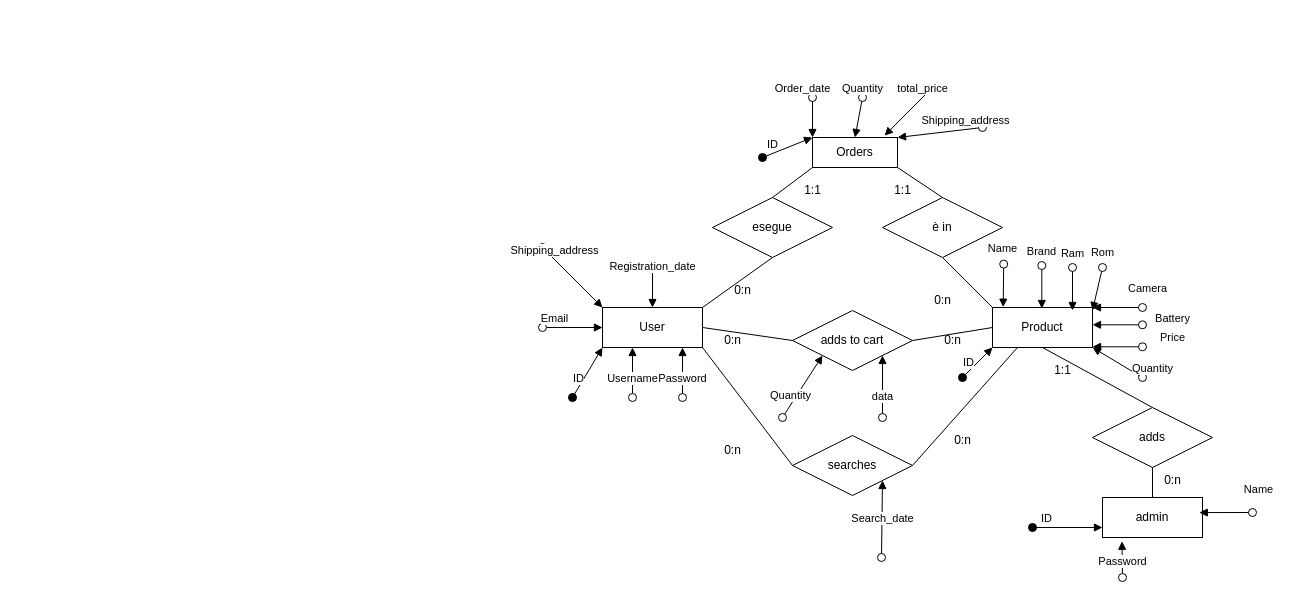
DonaldoHoxha/UpdatedPhoneShop keeps this draw.io diagram as PhoneShop.drawio. Above is the earlier version. Source tidied: cells renumbered, new cells numbered last; positions are measured from the earlier drawing's top-left corner, leaving out a move shared by most shapes. Both pictures are drawn from the tidied source at 100%, with x=0, y=0 at pixel (542, 87).
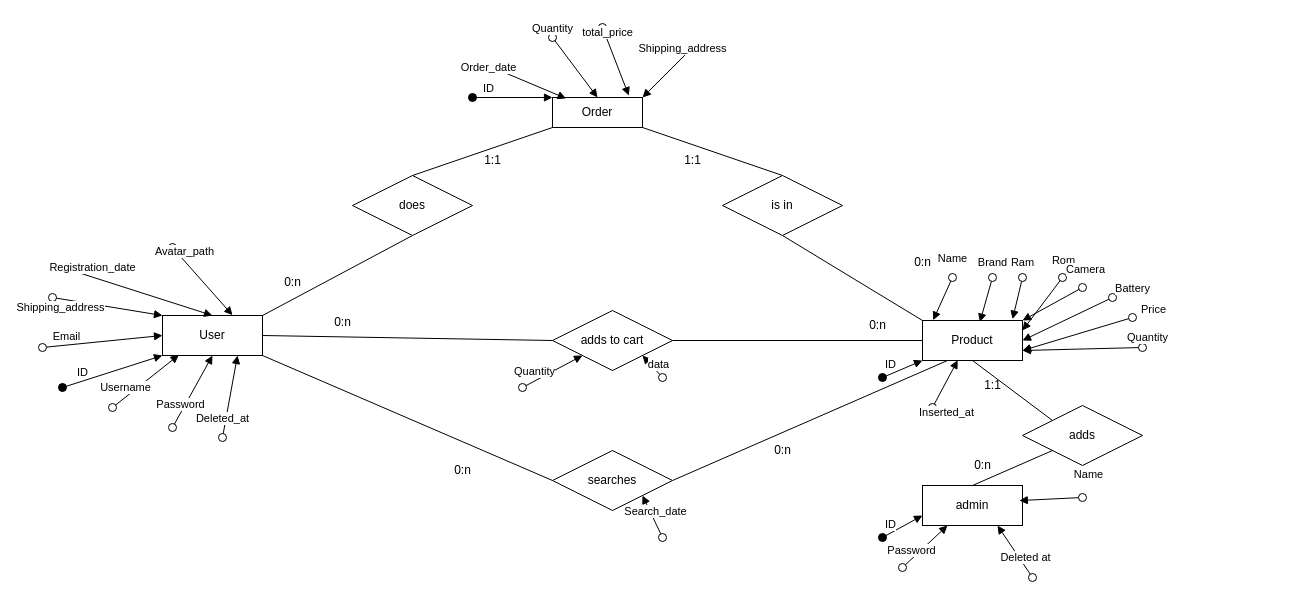
Above is the later version.

Diff of the diagram source:
```diff
@@
     <mxCell id="2" value="User" style="whiteSpace=wrap;html=1;align=center;" parent="1" vertex="1">
-      <mxGeometry x="60" y="220" width="100" height="40" as="geometry" />
+      <mxGeometry x="-380" y="228" width="100" height="40" as="geometry" />
     </mxCell>
     <mxCell id="3" value="Product" style="whiteSpace=wrap;html=1;align=center;" parent="1" vertex="1">
-      <mxGeometry x="450" y="220" width="100" height="40" as="geometry" />
+      <mxGeometry x="380" y="233" width="100" height="40" as="geometry" />
     </mxCell>
     <mxCell id="4" value="adds to cart" style="shape=rhombus;perimeter=rhombusPerimeter;whiteSpace=wrap;html=1;align=center;" parent="1" vertex="1">
-      <mxGeometry x="250" y="223" width="120" height="60" as="geometry" />
+      <mxGeometry x="10" y="223" width="120" height="60" as="geometry" />
     </mxCell>
     <mxCell id="5" value="0:n" style="text;html=1;align=center;verticalAlign=middle;strokeColor=none;fillColor=none;" parent="1" vertex="1">
-      <mxGeometry x="170" y="238" width="40" height="30" as="geometry" />
+      <mxGeometry x="-100" y="368" width="40" height="30" as="geometry" />
     </mxCell>
@@
     <mxCell id="7" value="0:n" style="text;html=1;align=center;verticalAlign=middle;strokeColor=none;fillColor=none;" parent="1" vertex="1">
-      <mxGeometry x="390" y="238" width="40" height="30" as="geometry" />
+      <mxGeometry x="315" y="223" width="40" height="30" as="geometry" />
     </mxCell>
     <mxCell id="8" value="admin" style="whiteSpace=wrap;html=1;align=center;" parent="1" vertex="1">
-      <mxGeometry x="560" y="410" width="100" height="40" as="geometry" />
+      <mxGeometry x="380" y="398" width="100" height="40" as="geometry" />
     </mxCell>
     <mxCell id="9" value="adds" style="shape=rhombus;perimeter=rhombusPerimeter;whiteSpace=wrap;html=1;align=center;" parent="1" vertex="1">
-      <mxGeometry x="550" y="320" width="120" height="60" as="geometry" />
+      <mxGeometry x="480" y="318" width="120" height="60" as="geometry" />
     </mxCell>
-    <mxCell id="10" style="endArrow=none;html=1;rounded=0;exitX=0.5;exitY=1;exitDx=0;exitDy=0;entryX=0.5;entryY=0;entryDx=0;entryDy=0;" parent="1" edge="1" source="9" target="8">
+    <mxCell id="10" style="endArrow=none;html=1;rounded=0;exitX=0;exitY=1;exitDx=0;exitDy=0;entryX=0.5;entryY=0;entryDx=0;entryDy=0;" parent="1" edge="1" source="9" target="8">
       <mxGeometry relative="1" as="geometry" />
     </mxCell>
     <mxCell id="11" value="0:n" style="text;html=1;align=center;verticalAlign=middle;strokeColor=none;fillColor=none;" parent="1" vertex="1">
-      <mxGeometry x="610" y="378" width="40" height="30" as="geometry" />
+      <mxGeometry x="420" y="363" width="40" height="30" as="geometry" />
     </mxCell>
-    <mxCell id="12" style="endArrow=none;html=1;rounded=0;entryX=0.5;entryY=1;entryDx=0;entryDy=0;exitX=0.5;exitY=0;exitDx=0;exitDy=0;" parent="1" edge="1" source="9" target="3">
+    <mxCell id="12" style="endArrow=none;html=1;rounded=0;entryX=0.5;entryY=1;entryDx=0;entryDy=0;exitX=0;exitY=0;exitDx=0;exitDy=0;" parent="1" edge="1" source="9" target="3">
       <mxGeometry relative="1" as="geometry" />
     </mxCell>
     <mxCell id="13" value="1:1" style="text;html=1;align=center;verticalAlign=middle;strokeColor=none;fillColor=none;" parent="1" vertex="1">
-      <mxGeometry x="500" y="268" width="40" height="30" as="geometry" />
+      <mxGeometry x="430" y="283" width="40" height="30" as="geometry" />
     </mxCell>
@@
     <mxCell id="15" value="ID" style="html=1;verticalAlign=bottom;startArrow=oval;startFill=1;endArrow=block;startSize=8;curved=0;rounded=0;entryX=0;entryY=1;entryDx=0;entryDy=0;" parent="1" edge="1" target="2">
       <mxGeometry x="-0.6" relative="1" as="geometry">
-        <mxPoint x="30" y="310" as="sourcePoint" />
+        <mxPoint x="-480" y="300" as="sourcePoint" />
       </mxGeometry>
     </mxCell>
-    <mxCell id="16" value="Username" style="html=1;verticalAlign=bottom;startArrow=oval;startFill=0;endArrow=block;startSize=8;curved=0;rounded=0;entryX=0;entryY=1;entryDx=0;entryDy=0;" parent="1" edge="1">
+    <mxCell id="16" value="Username" style="html=1;verticalAlign=bottom;startArrow=oval;startFill=0;endArrow=block;startSize=8;curved=0;rounded=0;entryX=0.164;entryY=0.985;entryDx=0;entryDy=0;entryPerimeter=0;" parent="1" edge="1" target="2">
       <mxGeometry x="-0.6" relative="1" as="geometry">
-        <mxPoint x="90" y="310" as="sourcePoint" />
-        <mxPoint x="90" y="260" as="targetPoint" />
+        <mxPoint x="-430" y="320" as="sourcePoint" />
       </mxGeometry>
     </mxCell>
-    <mxCell id="17" value="Password" style="html=1;verticalAlign=bottom;startArrow=oval;startFill=0;endArrow=block;startSize=8;curved=0;rounded=0;entryX=0;entryY=1;entryDx=0;entryDy=0;" parent="1" edge="1">
+    <mxCell id="17" value="Password" style="html=1;verticalAlign=bottom;startArrow=oval;startFill=0;endArrow=block;startSize=8;curved=0;rounded=0;entryX=0.5;entryY=1;entryDx=0;entryDy=0;" parent="1" edge="1" target="2">
       <mxGeometry x="-0.6" relative="1" as="geometry">
-        <mxPoint x="140" y="310" as="sourcePoint" />
-        <mxPoint x="140" y="260" as="targetPoint" />
+        <mxPoint x="-370" y="340" as="sourcePoint" />
       </mxGeometry>
     </mxCell>
     <mxCell id="18" value="Email" style="html=1;verticalAlign=bottom;startArrow=oval;startFill=0;endArrow=block;startSize=8;curved=0;rounded=0;entryX=0;entryY=0.5;entryDx=0;entryDy=0;" parent="1" edge="1" target="2">
       <mxGeometry x="-0.6" relative="1" as="geometry">
-        <mxPoint y="240" as="sourcePoint" />
+        <mxPoint x="-500" y="260" as="sourcePoint" />
       </mxGeometry>
     </mxCell>
     <mxCell id="19" value="Shipping_address" style="html=1;verticalAlign=bottom;startArrow=oval;startFill=0;endArrow=block;startSize=8;curved=0;rounded=0;entryX=0;entryY=0;entryDx=0;entryDy=0;" parent="1" edge="1" target="2">
-      <mxGeometry x="-0.6" relative="1" as="geometry">
-        <mxPoint y="160" as="sourcePoint" />
+      <mxGeometry x="-0.8" y="-17" relative="1" as="geometry">
+        <mxPoint x="-490" y="210" as="sourcePoint" />
       </mxGeometry>
     </mxCell>
     <mxCell id="20" value="Registration_date" style="html=1;verticalAlign=bottom;startArrow=oval;startFill=0;endArrow=block;startSize=8;curved=0;rounded=0;entryX=0.5;entryY=0;entryDx=0;entryDy=0;" parent="1" edge="1" target="2">
       <mxGeometry x="-0.6" relative="1" as="geometry">
-        <mxPoint x="110" y="180" as="sourcePoint" />
+        <mxPoint x="-480" y="180" as="sourcePoint" />
       </mxGeometry>
     </mxCell>
     <mxCell id="21" value="Quantity" style="html=1;verticalAlign=bottom;startArrow=oval;startFill=0;endArrow=block;startSize=8;curved=0;rounded=0;entryX=0;entryY=1;entryDx=0;entryDy=0;" parent="1" edge="1" target="4">
       <mxGeometry x="-0.6" relative="1" as="geometry">
-        <mxPoint x="240" y="330" as="sourcePoint" />
+        <mxPoint x="-20" y="300" as="sourcePoint" />
       </mxGeometry>
     </mxCell>
-    <mxCell id="22" value="Name" style="html=1;verticalAlign=bottom;startArrow=oval;startFill=0;endArrow=block;startSize=8;curved=0;rounded=0;entryX=0.107;entryY=-0.008;entryDx=0;entryDy=0;entryPerimeter=0;exitX=1.031;exitY=-0.045;exitDx=0;exitDy=0;exitPerimeter=0;" parent="1" edge="1" target="3">
+    <mxCell id="22" value="Name" style="html=1;verticalAlign=bottom;startArrow=oval;startFill=0;endArrow=block;startSize=8;curved=0;rounded=0;entryX=0.107;entryY=-0.008;entryDx=0;entryDy=0;entryPerimeter=0;" parent="1" edge="1" target="3">
       <mxGeometry x="-1" y="-7" relative="1" as="geometry">
-        <mxPoint x="461.2" y="176.6" as="sourcePoint" />
+        <mxPoint x="410" y="190" as="sourcePoint" />
         <mxPoint x="6" y="-7" as="offset" />
       </mxGeometry>
     </mxCell>
-    <mxCell id="23" value="Brand" style="html=1;verticalAlign=bottom;startArrow=oval;startFill=0;endArrow=block;startSize=8;curved=0;rounded=0;entryX=0.107;entryY=-0.008;entryDx=0;entryDy=0;entryPerimeter=0;exitX=1.031;exitY=-0.045;exitDx=0;exitDy=0;exitPerimeter=0;" parent="1" edge="1">
+    <mxCell id="23" value="Brand" style="html=1;verticalAlign=bottom;startArrow=oval;startFill=0;endArrow=block;startSize=8;curved=0;rounded=0;entryX=0.574;entryY=0.039;entryDx=0;entryDy=0;entryPerimeter=0;" parent="1" edge="1" target="3">
       <mxGeometry x="-1" y="-5" relative="1" as="geometry">
-        <mxPoint x="499.3" y="178" as="sourcePoint" />
-        <mxPoint x="499.3" y="221" as="targetPoint" />
+        <mxPoint x="450" y="190" as="sourcePoint" />
         <mxPoint x="5" y="-5" as="offset" />
       </mxGeometry>
     </mxCell>
-    <mxCell id="24" value="Ram" style="html=1;verticalAlign=bottom;startArrow=oval;startFill=0;endArrow=block;startSize=8;curved=0;rounded=0;entryX=0.107;entryY=-0.008;entryDx=0;entryDy=0;entryPerimeter=0;exitX=1.031;exitY=-0.045;exitDx=0;exitDy=0;exitPerimeter=0;" parent="1" edge="1">
+    <mxCell id="24" value="Ram" style="html=1;verticalAlign=bottom;startArrow=oval;startFill=0;endArrow=block;startSize=8;curved=0;rounded=0;entryX=0.901;entryY=-0.034;entryDx=0;entryDy=0;entryPerimeter=0;" parent="1" edge="1" target="3">
       <mxGeometry x="-1" y="-5" relative="1" as="geometry">
-        <mxPoint x="530" y="180" as="sourcePoint" />
-        <mxPoint x="530" y="223" as="targetPoint" />
+        <mxPoint x="480" y="190" as="sourcePoint" />
         <mxPoint x="5" y="-5" as="offset" />
       </mxGeometry>
     </mxCell>
-    <mxCell id="25" value="Rom" style="html=1;verticalAlign=bottom;startArrow=oval;startFill=0;endArrow=block;startSize=8;curved=0;rounded=0;entryX=0.107;entryY=-0.008;entryDx=0;entryDy=0;entryPerimeter=0;" parent="1" edge="1">
+    <mxCell id="25" value="Rom" style="html=1;verticalAlign=bottom;startArrow=oval;startFill=0;endArrow=block;startSize=8;curved=0;rounded=0;entryX=1;entryY=0.25;entryDx=0;entryDy=0;" parent="1" edge="1" target="3">
       <mxGeometry x="-1" y="-5" relative="1" as="geometry">
-        <mxPoint x="560" y="180" as="sourcePoint" />
-        <mxPoint x="550" y="223" as="targetPoint" />
+        <mxPoint x="520" y="190" as="sourcePoint" />
         <mxPoint x="5" y="-5" as="offset" />
       </mxGeometry>
     </mxCell>
     <mxCell id="26" value="Camera" style="html=1;verticalAlign=bottom;startArrow=oval;startFill=0;endArrow=block;startSize=8;curved=0;rounded=0;entryX=1;entryY=0;entryDx=0;entryDy=0;" parent="1" edge="1" target="3">
       <mxGeometry x="-1" y="-5" relative="1" as="geometry">
-        <mxPoint x="600" y="220" as="sourcePoint" />
+        <mxPoint x="540" y="200" as="sourcePoint" />
         <mxPoint x="5" y="-5" as="offset" />
       </mxGeometry>
     </mxCell>
-    <mxCell id="27" value="Battery" style="html=1;verticalAlign=bottom;startArrow=oval;startFill=0;endArrow=block;startSize=8;curved=0;rounded=0;entryX=1;entryY=0;entryDx=0;entryDy=0;" parent="1" edge="1">
-      <mxGeometry x="-1" y="30" relative="1" as="geometry">
-        <mxPoint x="600" y="237.3" as="sourcePoint" />
-        <mxPoint x="550" y="237.3" as="targetPoint" />
-        <mxPoint x="30" y="-27" as="offset" />
+    <mxCell id="27" value="Battery" style="html=1;verticalAlign=bottom;startArrow=oval;startFill=0;endArrow=block;startSize=8;curved=0;rounded=0;entryX=1;entryY=0.5;entryDx=0;entryDy=0;" parent="1" edge="1" target="3">
+      <mxGeometry x="-1" y="20" relative="1" as="geometry">
+        <mxPoint x="570" y="210" as="sourcePoint" />
+        <mxPoint x="11" y="-18" as="offset" />
       </mxGeometry>
     </mxCell>
-    <mxCell id="28" value="Price" style="html=1;verticalAlign=bottom;startArrow=oval;startFill=0;endArrow=block;startSize=8;curved=0;rounded=0;entryX=1;entryY=0;entryDx=0;entryDy=0;" parent="1" edge="1">
+    <mxCell id="28" value="Price" style="html=1;verticalAlign=bottom;startArrow=oval;startFill=0;endArrow=block;startSize=8;curved=0;rounded=0;entryX=1;entryY=0.75;entryDx=0;entryDy=0;" parent="1" edge="1" target="3">
       <mxGeometry x="-1" y="-30" relative="1" as="geometry">
-        <mxPoint x="600" y="259.3" as="sourcePoint" />
-        <mxPoint x="550" y="259.3" as="targetPoint" />
+        <mxPoint x="590" y="230" as="sourcePoint" />
         <mxPoint x="30" y="30" as="offset" />
       </mxGeometry>
     </mxCell>
-    <mxCell id="29" value="Quantity" style="html=1;verticalAlign=bottom;startArrow=oval;startFill=0;endArrow=block;startSize=8;curved=0;rounded=0;" parent="1" edge="1">
+    <mxCell id="29" value="Quantity" style="html=1;verticalAlign=bottom;startArrow=oval;startFill=0;endArrow=block;startSize=8;curved=0;rounded=0;entryX=1;entryY=0.75;entryDx=0;entryDy=0;" parent="1" edge="1" target="3">
       <mxGeometry x="-1" y="-10" relative="1" as="geometry">
-        <mxPoint x="600" y="290" as="sourcePoint" />
-        <mxPoint x="550" y="260" as="targetPoint" />
+        <mxPoint x="600" y="260" as="sourcePoint" />
         <mxPoint x="5" y="9" as="offset" />
       </mxGeometry>
     </mxCell>
     <mxCell id="30" value="ID" style="html=1;verticalAlign=bottom;startArrow=oval;startFill=1;endArrow=block;startSize=8;curved=0;rounded=0;entryX=0;entryY=1;entryDx=0;entryDy=0;" parent="1" edge="1" target="3">
       <mxGeometry x="-0.6" relative="1" as="geometry">
-        <mxPoint x="420" y="290" as="sourcePoint" />
+        <mxPoint x="340" y="290" as="sourcePoint" />
       </mxGeometry>
     </mxCell>
     <mxCell id="31" value="ID" style="html=1;verticalAlign=bottom;startArrow=oval;startFill=1;endArrow=block;startSize=8;curved=0;rounded=0;entryX=0;entryY=0.75;entryDx=0;entryDy=0;" parent="1" edge="1" target="8">
       <mxGeometry x="-0.6" relative="1" as="geometry">
-        <mxPoint x="490" y="440" as="sourcePoint" />
+        <mxPoint x="340" y="450" as="sourcePoint" />
       </mxGeometry>
     </mxCell>
     <mxCell id="32" value="Name" style="html=1;verticalAlign=bottom;startArrow=oval;startFill=0;endArrow=block;startSize=8;curved=0;rounded=0;entryX=0.968;entryY=0.377;entryDx=0;entryDy=0;entryPerimeter=0;" parent="1" edge="1" target="8">
       <mxGeometry x="-1" y="-7" relative="1" as="geometry">
-        <mxPoint x="710" y="425" as="sourcePoint" />
+        <mxPoint x="540" y="410" as="sourcePoint" />
         <mxPoint x="6" y="-7" as="offset" />
       </mxGeometry>
     </mxCell>
-    <mxCell id="33" value="Password" style="html=1;verticalAlign=bottom;startArrow=oval;startFill=0;endArrow=block;startSize=8;curved=0;rounded=0;entryX=0.195;entryY=1.094;entryDx=0;entryDy=0;entryPerimeter=0;" parent="1" edge="1" target="8">
+    <mxCell id="33" value="Password" style="html=1;verticalAlign=bottom;startArrow=oval;startFill=0;endArrow=block;startSize=8;curved=0;rounded=0;entryX=0.25;entryY=1;entryDx=0;entryDy=0;" parent="1" edge="1" target="8">
       <mxGeometry x="-0.6" relative="1" as="geometry">
-        <mxPoint x="580" y="490" as="sourcePoint" />
+        <mxPoint x="360" y="480" as="sourcePoint" />
       </mxGeometry>
     </mxCell>
-    <mxCell id="34" value="Orders" style="html=1;whiteSpace=wrap;" parent="1" vertex="1">
-      <mxGeometry x="270" y="50" width="85" height="30" as="geometry" />
+    <mxCell id="34" value="Order" style="html=1;whiteSpace=wrap;" parent="1" vertex="1">
+      <mxGeometry x="10" y="10" width="90" height="30" as="geometry" />
     </mxCell>
-    <mxCell id="35" value="esegue" style="shape=rhombus;perimeter=rhombusPerimeter;whiteSpace=wrap;html=1;align=center;" parent="1" vertex="1">
-      <mxGeometry x="170" y="110" width="120" height="60" as="geometry" />
+    <mxCell id="35" value="does" style="shape=rhombus;perimeter=rhombusPerimeter;whiteSpace=wrap;html=1;align=center;" parent="1" vertex="1">
+      <mxGeometry x="-190" y="88" width="120" height="60" as="geometry" />
     </mxCell>
@@
-    <mxCell id="37" style="endArrow=none;html=1;rounded=0;entryX=0;entryY=0;entryDx=0;entryDy=0;" parent="1" edge="1" target="3">
-      <mxGeometry relative="1" as="geometry">
-        <mxPoint x="400" y="170" as="sourcePoint" />
-      </mxGeometry>
+    <mxCell id="37" style="endArrow=none;html=1;rounded=0;entryX=0;entryY=0;entryDx=0;entryDy=0;exitX=0.5;exitY=1;exitDx=0;exitDy=0;" parent="1" edge="1" source="38" target="3">
+      <mxGeometry relative="1" as="geometry" />
     </mxCell>
-    <mxCell id="38" value="è in" style="shape=rhombus;perimeter=rhombusPerimeter;whiteSpace=wrap;html=1;align=center;" parent="1" vertex="1">
-      <mxGeometry x="340" y="110" width="120" height="60" as="geometry" />
+    <mxCell id="38" value="is in" style="shape=rhombus;perimeter=rhombusPerimeter;whiteSpace=wrap;html=1;align=center;" parent="1" vertex="1">
+      <mxGeometry x="180" y="88" width="120" height="60" as="geometry" />
     </mxCell>
@@
     <mxCell id="41" value="0:n" style="text;html=1;align=center;verticalAlign=middle;strokeColor=none;fillColor=none;" parent="1" vertex="1">
-      <mxGeometry x="180" y="188" width="40" height="30" as="geometry" />
+      <mxGeometry x="-270" y="180" width="40" height="30" as="geometry" />
     </mxCell>
     <mxCell id="42" value="1:1" style="text;html=1;align=center;verticalAlign=middle;strokeColor=none;fillColor=none;" parent="1" vertex="1">
-      <mxGeometry x="250" y="88" width="40" height="30" as="geometry" />
+      <mxGeometry x="-70" y="58" width="40" height="30" as="geometry" />
     </mxCell>
     <mxCell id="43" value="0:n" style="text;html=1;align=center;verticalAlign=middle;strokeColor=none;fillColor=none;" parent="1" vertex="1">
-      <mxGeometry x="380" y="198" width="40" height="30" as="geometry" />
+      <mxGeometry x="360" y="160" width="40" height="30" as="geometry" />
     </mxCell>
     <mxCell id="44" value="1:1" style="text;html=1;align=center;verticalAlign=middle;strokeColor=none;fillColor=none;" parent="1" vertex="1">
-      <mxGeometry x="340" y="88" width="40" height="30" as="geometry" />
+      <mxGeometry x="130" y="58" width="40" height="30" as="geometry" />
     </mxCell>
     <mxCell id="45" value="ID" style="html=1;verticalAlign=bottom;startArrow=oval;startFill=1;endArrow=block;startSize=8;curved=0;rounded=0;entryX=0;entryY=0;entryDx=0;entryDy=0;" parent="1" edge="1" target="34">
       <mxGeometry x="-0.6" relative="1" as="geometry">
-        <mxPoint x="220" y="70" as="sourcePoint" />
+        <mxPoint x="-70" y="10" as="sourcePoint" />
       </mxGeometry>
     </mxCell>
-    <mxCell id="46" value="Order_date" style="html=1;verticalAlign=bottom;startArrow=oval;startFill=0;endArrow=block;startSize=8;curved=0;rounded=0;entryX=0.5;entryY=0;entryDx=0;entryDy=0;" parent="1" edge="1">
+    <mxCell id="46" value="Order_date" style="html=1;verticalAlign=bottom;startArrow=oval;startFill=0;endArrow=block;startSize=8;curved=0;rounded=0;entryX=0.151;entryY=0.033;entryDx=0;entryDy=0;entryPerimeter=0;" parent="1" edge="1" target="34">
       <mxGeometry x="-1" y="-10" relative="1" as="geometry">
-        <mxPoint x="270" y="10" as="sourcePoint" />
-        <mxPoint x="270" y="50" as="targetPoint" />
+        <mxPoint x="-50" y="-20" as="sourcePoint" />
       </mxGeometry>
     </mxCell>
     <mxCell id="47" value="Quantity" style="html=1;verticalAlign=bottom;startArrow=oval;startFill=0;endArrow=block;startSize=8;curved=0;rounded=0;entryX=0.5;entryY=0;entryDx=0;entryDy=0;" parent="1" edge="1" target="34">
       <mxGeometry x="-1" relative="1" as="geometry">
-        <mxPoint x="320" y="10" as="sourcePoint" />
+        <mxPoint x="10" y="-50" as="sourcePoint" />
       </mxGeometry>
     </mxCell>
     <mxCell id="48" value="total_price" style="html=1;verticalAlign=bottom;startArrow=oval;startFill=0;endArrow=block;startSize=8;curved=0;rounded=0;entryX=0.848;entryY=-0.063;entryDx=0;entryDy=0;entryPerimeter=0;" parent="1" edge="1" target="34">
       <mxGeometry x="-0.6" relative="1" as="geometry">
-        <mxPoint x="390" as="sourcePoint" />
+        <mxPoint x="60" y="-60" as="sourcePoint" />
       </mxGeometry>
     </mxCell>
     <mxCell id="49" value="Shipping_address" style="html=1;verticalAlign=bottom;startArrow=oval;startFill=0;endArrow=block;startSize=8;curved=0;rounded=0;entryX=1;entryY=0;entryDx=0;entryDy=0;" parent="1" edge="1" target="34">
       <mxGeometry x="-0.6" relative="1" as="geometry">
-        <mxPoint x="440" y="40" as="sourcePoint" />
+        <mxPoint x="150" y="-40" as="sourcePoint" />
       </mxGeometry>
     </mxCell>
     <mxCell id="50" value="searches" style="shape=rhombus;perimeter=rhombusPerimeter;whiteSpace=wrap;html=1;align=center;" parent="1" vertex="1">
-      <mxGeometry x="250" y="348" width="120" height="60" as="geometry" />
+      <mxGeometry x="10" y="363" width="120" height="60" as="geometry" />
     </mxCell>
@@
     <mxCell id="53" value="0:n" style="text;html=1;align=center;verticalAlign=middle;strokeColor=none;fillColor=none;" parent="1" vertex="1">
-      <mxGeometry x="170" y="348" width="40" height="30" as="geometry" />
+      <mxGeometry x="220" y="348" width="40" height="30" as="geometry" />
     </mxCell>
     <mxCell id="54" value="0:n" style="text;html=1;align=center;verticalAlign=middle;strokeColor=none;fillColor=none;" parent="1" vertex="1">
-      <mxGeometry x="400" y="338" width="40" height="30" as="geometry" />
+      <mxGeometry x="-220" y="220" width="40" height="30" as="geometry" />
     </mxCell>
     <mxCell id="55" value="Search_date" style="html=1;verticalAlign=bottom;startArrow=oval;startFill=0;endArrow=block;startSize=8;curved=0;rounded=0;entryX=1;entryY=1;entryDx=0;entryDy=0;" parent="1" edge="1" target="50">
       <mxGeometry x="-0.22" y="-1" relative="1" as="geometry">
-        <mxPoint x="339" y="470" as="sourcePoint" />
+        <mxPoint x="120" y="450" as="sourcePoint" />
       </mxGeometry>
     </mxCell>
     <mxCell id="56" value="data" style="html=1;verticalAlign=bottom;startArrow=oval;startFill=0;endArrow=block;startSize=8;curved=0;rounded=0;entryX=1;entryY=1;entryDx=0;entryDy=0;" parent="1" edge="1" target="4">
       <mxGeometry x="-0.6" relative="1" as="geometry">
-        <mxPoint x="340" y="330" as="sourcePoint" />
+        <mxPoint x="120" y="290" as="sourcePoint" />
       </mxGeometry>
     </mxCell>
+    <mxCell id="57" value="Deleted_at" style="html=1;verticalAlign=bottom;startArrow=oval;startFill=0;endArrow=block;startSize=8;curved=0;rounded=0;entryX=0.75;entryY=1;entryDx=0;entryDy=0;" parent="1" edge="1" target="2">
+      <mxGeometry x="-0.76" y="2" relative="1" as="geometry">
+        <mxPoint x="-320" y="350" as="sourcePoint" />
+      </mxGeometry>
+    </mxCell>
+    <mxCell id="58" value="Avatar_path" style="html=1;verticalAlign=bottom;startArrow=oval;startFill=0;endArrow=block;startSize=8;curved=0;rounded=0;entryX=0.7;entryY=-0.008;entryDx=0;entryDy=0;entryPerimeter=0;" parent="1" edge="1" target="2">
+      <mxGeometry x="-0.6" relative="1" as="geometry">
+        <mxPoint x="-370" y="160" as="sourcePoint" />
+      </mxGeometry>
+    </mxCell>
+    <mxCell id="59" value="Inserted_at" style="html=1;verticalAlign=bottom;startArrow=oval;startFill=0;endArrow=block;startSize=8;curved=0;rounded=0;entryX=0.352;entryY=0.993;entryDx=0;entryDy=0;entryPerimeter=0;" parent="1" edge="1" target="3">
+      <mxGeometry x="-1" y="-10" relative="1" as="geometry">
+        <mxPoint x="390" y="320" as="sourcePoint" />
+        <mxPoint x="5" y="9" as="offset" />
+      </mxGeometry>
+    </mxCell>
+    <mxCell id="60" value="Deleted at" style="html=1;verticalAlign=bottom;startArrow=oval;startFill=0;endArrow=block;startSize=8;curved=0;rounded=0;entryX=0.75;entryY=1;entryDx=0;entryDy=0;" parent="1" edge="1" target="8">
+      <mxGeometry x="-0.6" relative="1" as="geometry">
+        <mxPoint x="490" y="490" as="sourcePoint" />
+      </mxGeometry>
+    </mxCell>
```
